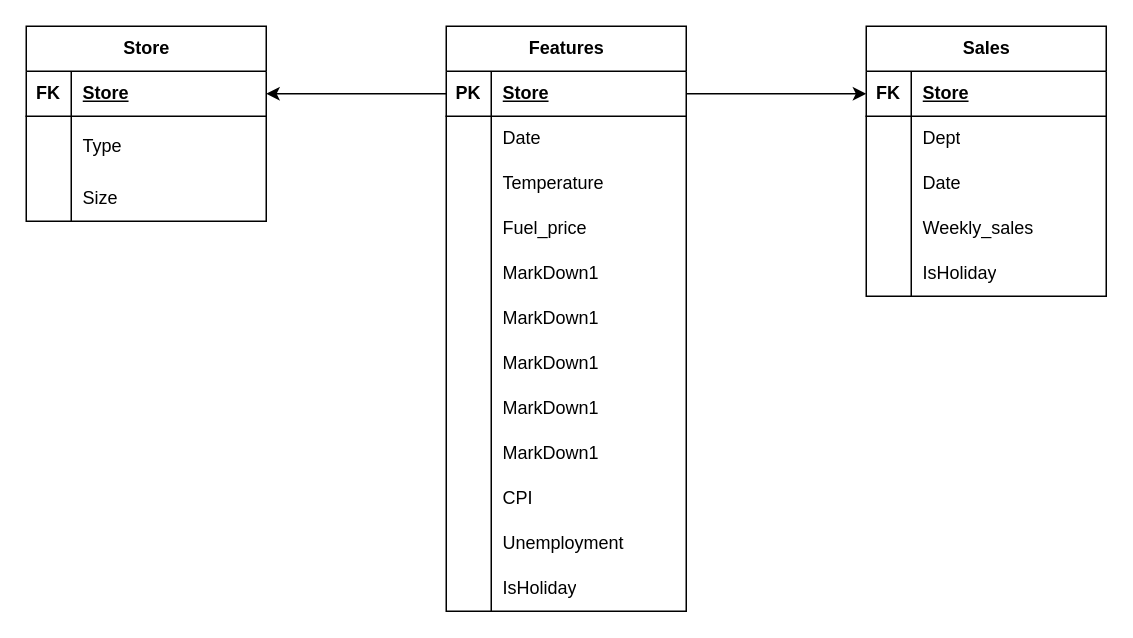
XanderDefend/Data-Analytics keeps this draw.io diagram as Untitled Diagram.drawio. Above is the earlier version. Source tidied: cells renumbered, new cells numbered last; positions are measured from the earlier drawing's top-left corner, leaving out a move shared by most shapes. Both pictures are drawn from the tidied source at 150%, with x=0, y=0 at pixel (26, 26).
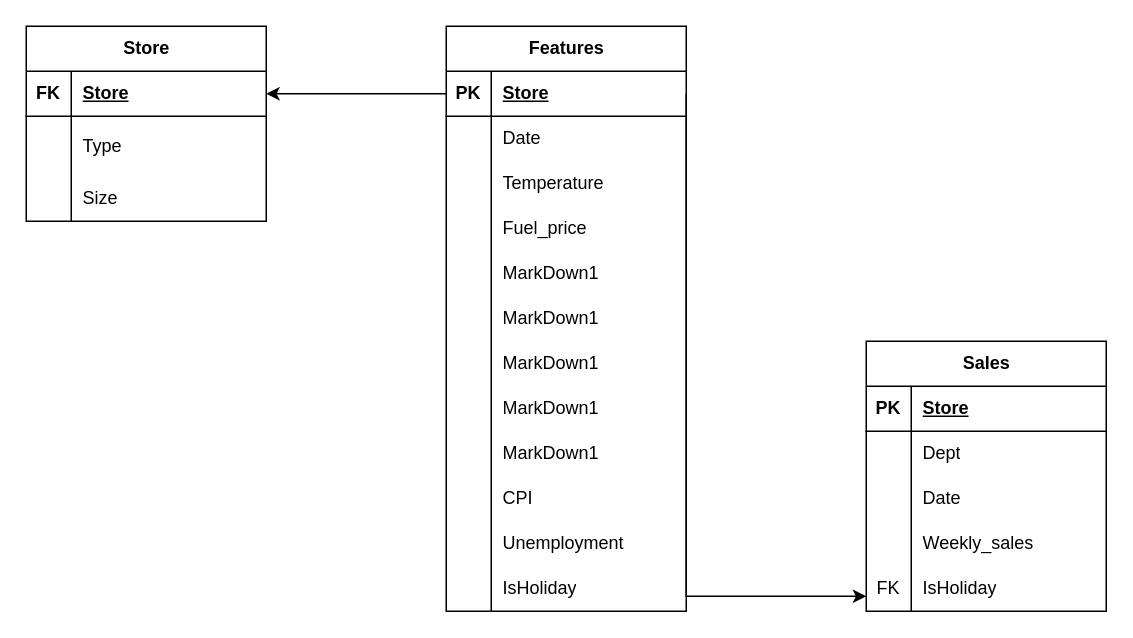
After the change.

Commit message:
Retail Analysis ERD.drawio

Unchanged cells that the change refers to:
```xml
<mxCell id="3" style="shape=tableRow;horizontal=0;startSize=0;swimlaneHead=0;swimlaneBody=0;fillColor=none;points=[[0,0.5],[1,0.5]];portConstraint=eastwest;top=0;left=0;right=0;bottom=1;" parent="2" vertex="1">
  <mxGeometry y="30" width="160" height="30" as="geometry" />
</mxCell>
<mxCell id="40" style="shape=tableRow;horizontal=0;startSize=0;swimlaneHead=0;swimlaneBody=0;fillColor=none;points=[[0,0.5],[1,0.5]];portConstraint=eastwest;top=0;left=0;right=0;bottom=1;" parent="39" vertex="1">
  <mxGeometry y="30" width="160" height="30" as="geometry" />
</mxCell>
<mxCell id="52" style="shape=tableRow;horizontal=0;startSize=0;swimlaneHead=0;swimlaneBody=0;fillColor=none;top=0;left=0;right=0;bottom=0;" parent="39" vertex="1">
  <mxGeometry y="150" width="160" height="30" as="geometry" />
</mxCell>
```

Diff of the diagram source:
```diff
@@
     <mxCell id="39" value="Sales" style="shape=table;startSize=30;childLayout=tableLayout;rowLines=0;fontStyle=1;align=center;html=1;" parent="1" vertex="1">
-      <mxGeometry x="560" width="160" height="180" as="geometry" />
+      <mxGeometry x="560" y="210" width="160" height="180" as="geometry" />
     </mxCell>
@@
-    <mxCell id="41" value="FK" style="shape=partialRectangle;fillColor=none;top=0;left=0;bottom=0;right=0;fontStyle=1;overflow=hidden;whiteSpace=wrap;html=1;" parent="40" vertex="1">
+    <mxCell id="41" value="PK" style="shape=partialRectangle;fillColor=none;top=0;left=0;bottom=0;right=0;fontStyle=1;overflow=hidden;whiteSpace=wrap;html=1;" parent="40" vertex="1">
       <mxGeometry width="30" height="30" as="geometry" />
     </mxCell>
@@
-    <mxCell id="53" style="shape=partialRectangle;fillColor=none;top=0;left=0;bottom=0;right=0;overflow=hidden;whiteSpace=wrap;html=1;" parent="52" vertex="1">
+    <mxCell id="53" value="FK" style="shape=partialRectangle;fillColor=none;top=0;left=0;bottom=0;right=0;overflow=hidden;whiteSpace=wrap;html=1;" parent="52" vertex="1">
       <mxGeometry width="30" height="30" as="geometry" />
     </mxCell>
@@
-    <mxCell id="65" style="edgeStyle=orthogonalEdgeStyle;rounded=0;jettySize=auto;html=1;exitX=1;exitY=0.5;exitDx=0;exitDy=0;entryX=0;entryY=0.5;entryDx=0;entryDy=0;" parent="1" edge="1" source="3" target="40">
-      <mxGeometry relative="1" as="geometry" />
+    <mxCell id="65" style="edgeStyle=orthogonalEdgeStyle;rounded=0;jettySize=auto;html=1;exitX=1;exitY=0.5;exitDx=0;exitDy=0;" parent="1" edge="1" source="3">
+      <mxGeometry relative="1" as="geometry">
+        <mxPoint x="560" y="380" as="targetPoint" />
+        <Array as="points">
+          <mxPoint x="440" y="380" />
+          <mxPoint x="560" y="380" />
+        </Array>
+      </mxGeometry>
     </mxCell>
```
